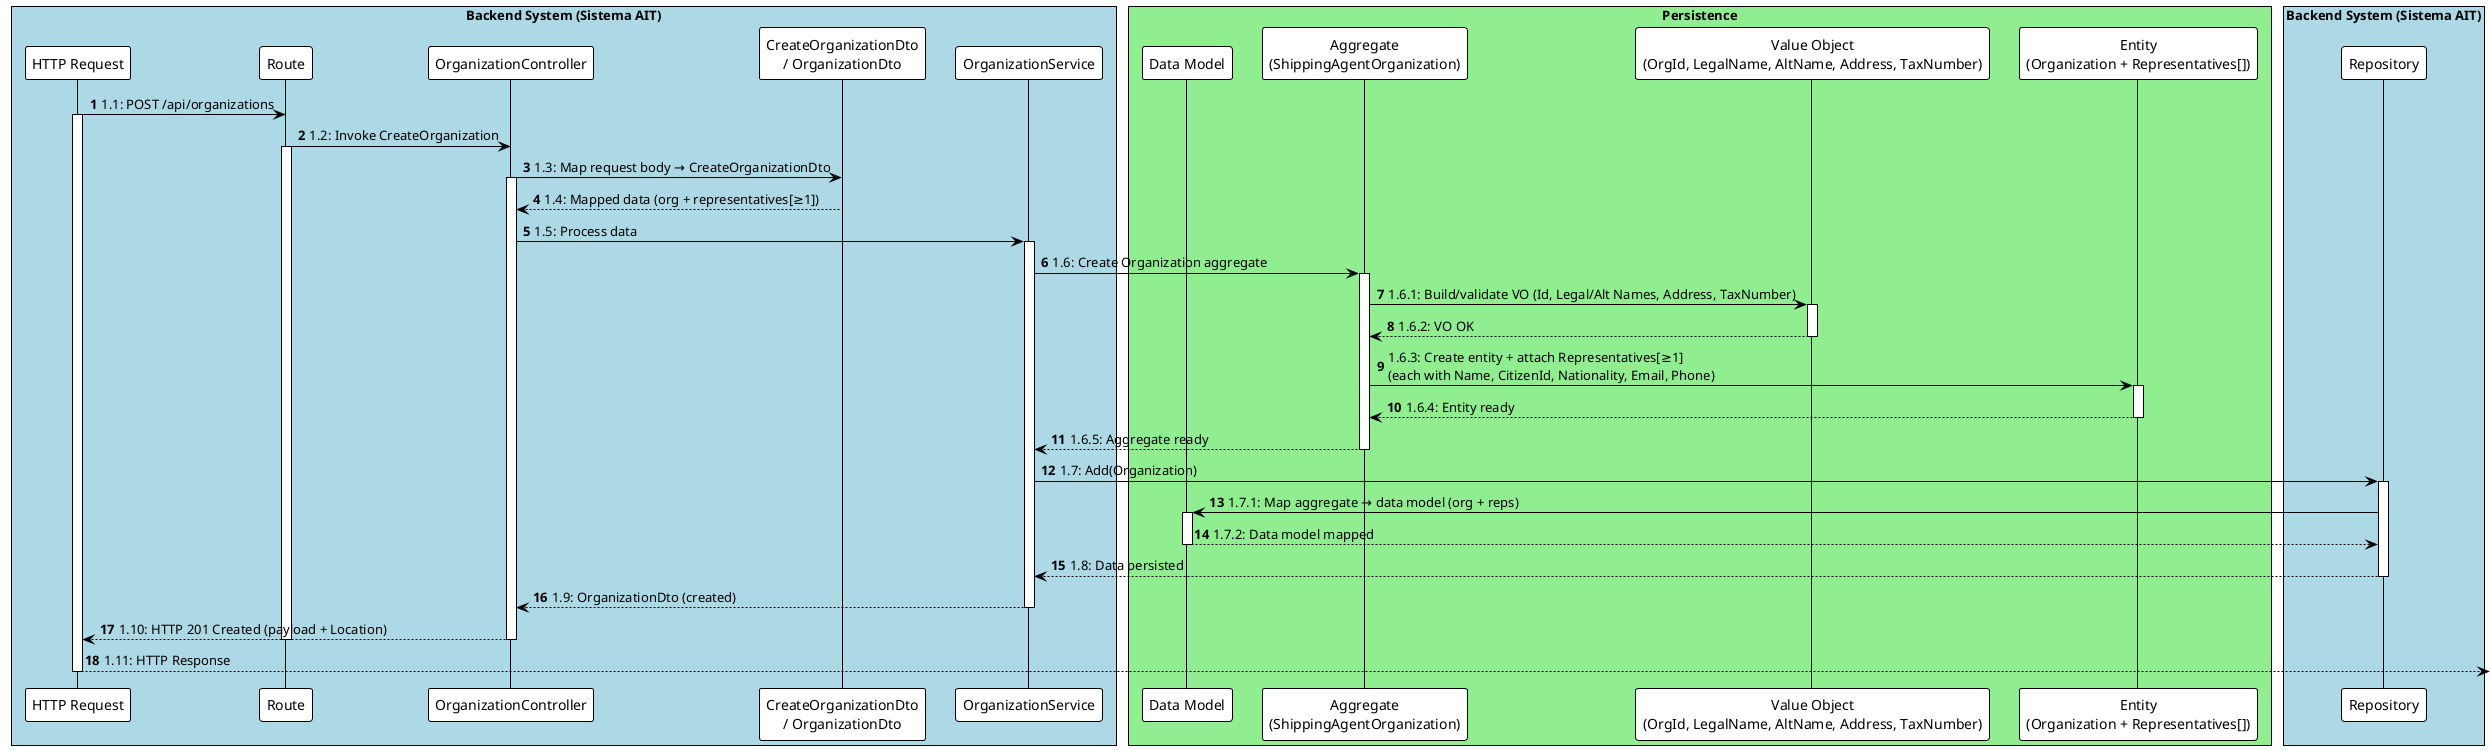
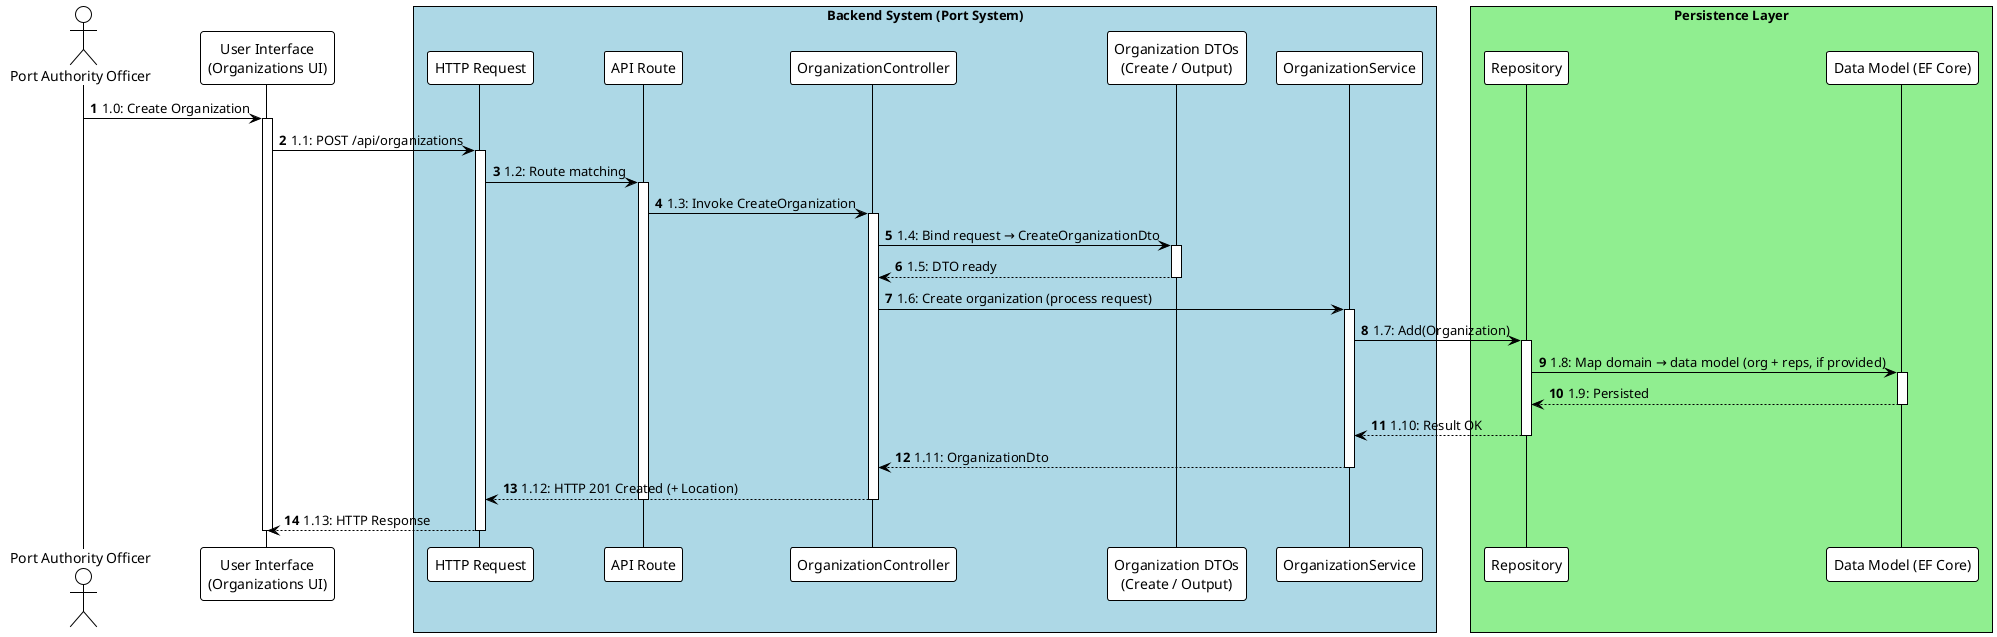
@startuml
!theme plain
autonumber

- box "Backend System (Sistema AIT)" #LightBlue
+ actor "Port Authority Officer" as Officer
+ participant "User Interface\n(Organizations UI)" as UI
+ 
+ box "Backend System (Port System)" #LightBlue
    participant "HTTP Request" as HttpRequest
-     participant "Route" as Route
+     participant "API Route" as Route
    participant "OrganizationController" as Controller
-     participant "CreateOrganizationDto\n/ OrganizationDto" as Dto
+     participant "Organization DTOs\n(Create / Output)" as Dto
    participant "OrganizationService" as Service
-     box "Persistence" #LightGreen
-         participant "Data Model" as DataModel
-         participant "Aggregate\n(ShippingAgentOrganization)" as Aggregate
-         participant "Value Object\n(OrgId, LegalName, AltName, Address, TaxNumber)" as ValueObject
-         participant "Entity\n(Organization + Representatives[])" as Entity
+ 
+     box "Persistence Layer" #LightGreen
+         participant "Repository" as Repository
+         participant "Data Model (EF Core)" as DataModel
    end box
-     participant "Repository" as Repository
end box

- HttpRequest -> Route : 1.1: POST /api/organizations
+ ' --- Interaction Flow (N3 ARQSI) ---
+ Officer -> UI : 1.0: Create Organization
+ activate UI
+ 
+ UI -> HttpRequest : 1.1: POST /api/organizations
activate HttpRequest
- Route -> Controller : 1.2: Invoke CreateOrganization
+ HttpRequest -> Route : 1.2: Route matching
activate Route
- Controller -> Dto : 1.3: Map request body → CreateOrganizationDto
+ Route -> Controller : 1.3: Invoke CreateOrganization
activate Controller
- Dto --> Controller : 1.4: Mapped data (org + representatives[≥1])
+ 
+ Controller -> Dto : 1.4: Bind request → CreateOrganizationDto
+ activate Dto
+ Dto --> Controller : 1.5: DTO ready
deactivate Dto
- Controller -> Service : 1.5: Process data
+ 
+ Controller -> Service : 1.6: Create organization (process request)
activate Service

- ' --- Domain build & validation (org + reps) ---
- Service -> Aggregate : 1.6: Create Organization aggregate
- activate Aggregate
- Aggregate -> ValueObject : 1.6.1: Build/validate VO (Id, Legal/Alt Names, Address, TaxNumber)
- activate ValueObject
- ValueObject --> Aggregate : 1.6.2: VO OK
- deactivate ValueObject
- Aggregate -> Entity : 1.6.3: Create entity + attach Representatives[≥1]\n(each with Name, CitizenId, Nationality, Email, Phone)
- activate Entity
- Entity --> Aggregate : 1.6.4: Entity ready
- deactivate Entity
- Aggregate --> Service : 1.6.5: Aggregate ready
- deactivate Aggregate
- 
- ' --- Persistence ---
Service -> Repository : 1.7: Add(Organization)
activate Repository
- Repository -> DataModel : 1.7.1: Map aggregate → data model (org + reps)
+ Repository -> DataModel : 1.8: Map domain → data model (org + reps, if provided)
activate DataModel
- DataModel --> Repository : 1.7.2: Data model mapped
+ DataModel --> Repository : 1.9: Persisted
deactivate DataModel
- Repository --> Service : 1.8: Data persisted
+ Repository --> Service : 1.10: Result OK
deactivate Repository

- Service --> Controller : 1.9: OrganizationDto (created)
+ Service --> Controller : 1.11: OrganizationDto
deactivate Service
- Controller --> HttpRequest : 1.10: HTTP 201 Created (payload + Location)
+ Controller --> HttpRequest : 1.12: HTTP 201 Created (+ Location)
deactivate Controller
deactivate Route
- HttpRequest --> : 1.11: HTTP Response
+ HttpRequest --> UI : 1.13: HTTP Response
deactivate HttpRequest
- 
+ deactivate UI
@enduml
